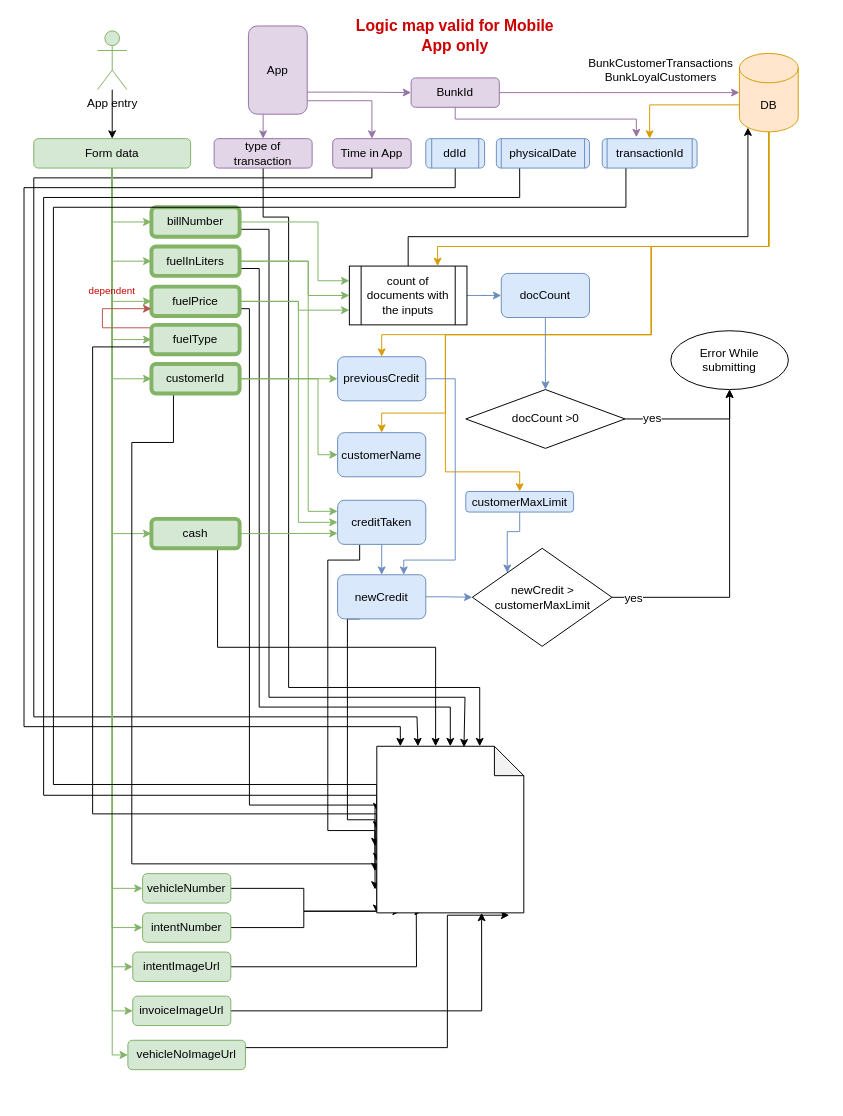
LakshEternl/GazoLogicMap keeps this draw.io diagram as page "Type == Expense" (2 of 3) of Creditor_Transactions.drawio. Above is the earlier version. Source tidied: cells renumbered, new cells numbered last; positions are measured from the earlier drawing's top-left corner, leaving out a move shared by most shapes. Both pictures are drawn from the tidied source at 98%, with x=0, y=0 at pixel (24, 21).
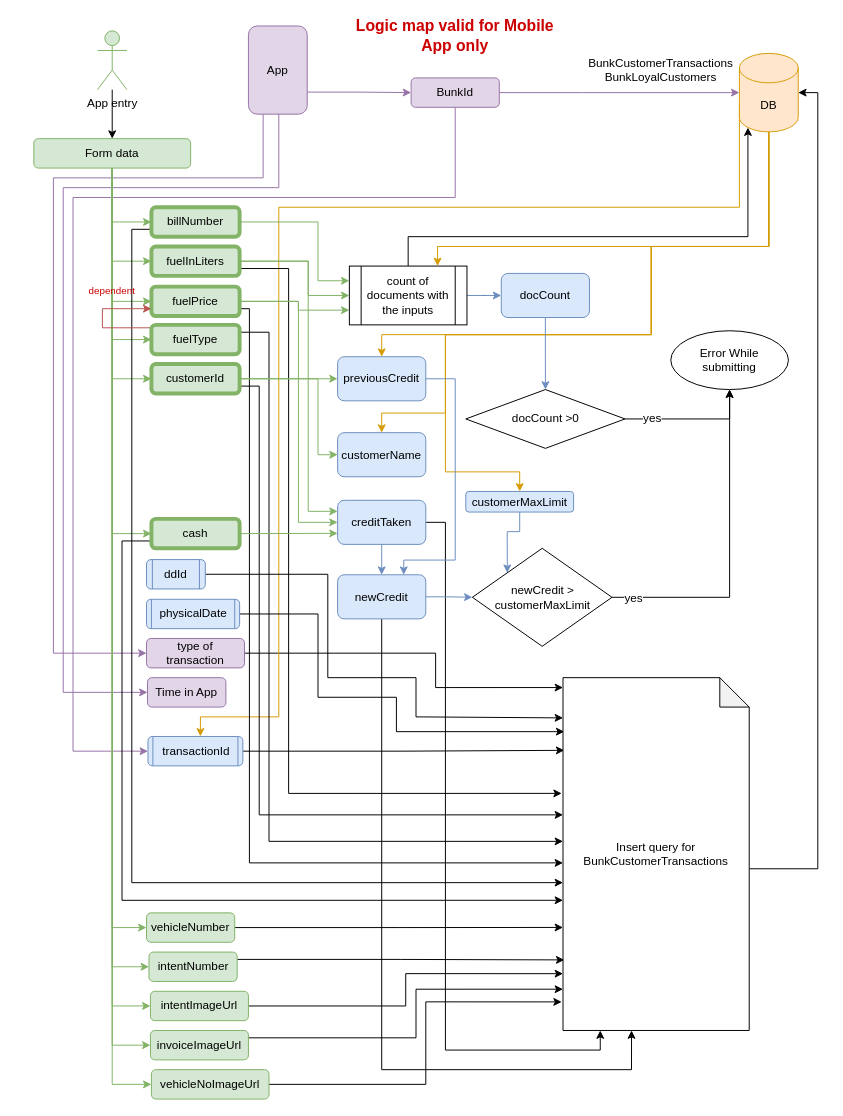
The same page after the edit.

Unchanged cells that the change refers to:
```xml
<mxCell id="8" value="BunkId" style="rounded=1;whiteSpace=wrap;html=1;fillColor=#e1d5e7;strokeColor=#9673a6;" parent="1" vertex="1">
  <mxGeometry x="395" y="58" width="90" height="30" as="geometry" />
</mxCell>
<mxCell id="14" value="DB" style="shape=cylinder3;whiteSpace=wrap;html=1;boundedLbl=1;backgroundOutline=1;size=15;fillColor=#ffe6cc;strokeColor=#d79b00;" parent="1" vertex="1">
  <mxGeometry x="730" y="33" width="60" height="80" as="geometry" />
</mxCell>
<mxCell id="30" value="Form data" style="rounded=1;whiteSpace=wrap;html=1;fillColor=#d5e8d4;strokeColor=#82b366;" parent="1" vertex="1">
  <mxGeometry x="10" y="120" width="160" height="30" as="geometry" />
</mxCell>
<mxCell id="32" value="App" style="rounded=1;whiteSpace=wrap;html=1;fillColor=#e1d5e7;strokeColor=#9673a6;" parent="1" vertex="1">
  <mxGeometry x="229" y="5" width="60" height="90" as="geometry" />
</mxCell>
<mxCell id="41" value="billNumber" style="rounded=1;whiteSpace=wrap;html=1;fillColor=#d5e8d4;strokeColor=#82b366;strokeWidth=4;" parent="1" vertex="1">
  <mxGeometry x="130" y="190" width="90" height="30" as="geometry" />
</mxCell>
<mxCell id="45" value="fuelInLiters" style="rounded=1;whiteSpace=wrap;html=1;fillColor=#d5e8d4;strokeColor=#82b366;strokeWidth=4;" parent="1" vertex="1">
  <mxGeometry x="130" y="230" width="90" height="30" as="geometry" />
</mxCell>
<mxCell id="49" value="fuelPrice" style="rounded=1;whiteSpace=wrap;html=1;fillColor=#d5e8d4;strokeColor=#82b366;strokeWidth=4;" parent="1" vertex="1">
  <mxGeometry x="130" y="271" width="90" height="30" as="geometry" />
</mxCell>
<mxCell id="67" value="fuelType" style="rounded=1;whiteSpace=wrap;html=1;fillColor=#d5e8d4;strokeColor=#82b366;strokeWidth=4;" parent="1" vertex="1">
  <mxGeometry x="130" y="310" width="90" height="30" as="geometry" />
</mxCell>
<mxCell id="71" value="customerId" style="rounded=1;whiteSpace=wrap;html=1;fillColor=#d5e8d4;strokeColor=#82b366;strokeWidth=4;" parent="1" vertex="1">
  <mxGeometry x="130" y="350" width="90" height="30" as="geometry" />
</mxCell>
<mxCell id="74" value="cash" style="rounded=1;whiteSpace=wrap;html=1;fillColor=#d5e8d4;strokeColor=#82b366;strokeWidth=4;" parent="1" vertex="1">
  <mxGeometry x="130" y="508" width="90" height="30" as="geometry" />
</mxCell>
<mxCell id="83" value="creditTaken" style="rounded=1;whiteSpace=wrap;html=1;fillColor=#dae8fc;strokeColor=#6c8ebf;" parent="1" vertex="1">
  <mxGeometry x="320" y="489" width="90" height="45" as="geometry" />
</mxCell>
<mxCell id="90" value="newCredit" style="rounded=1;whiteSpace=wrap;html=1;fillColor=#dae8fc;strokeColor=#6c8ebf;" parent="1" vertex="1">
  <mxGeometry x="320" y="565" width="90" height="45" as="geometry" />
</mxCell>
```

Diff of the diagram source:
```diff
@@
-    <mxCell id="2" style="edgeStyle=orthogonalEdgeStyle;jettySize=auto;html=1;exitX=0.5;exitY=1;exitDx=0;exitDy=0;fontSize=10;fontColor=#CC0000;rounded=0;" parent="1" edge="1" source="3" target="97">
+    <mxCell id="2" style="edgeStyle=orthogonalEdgeStyle;rounded=0;jettySize=auto;html=1;exitX=1;exitY=0.5;exitDx=0;exitDy=0;entryX=0;entryY=0.028;entryDx=0;entryDy=0;entryPerimeter=0;" parent="1" edge="1" source="3" target="97">
       <mxGeometry relative="1" as="geometry">
         <Array as="points">
-          <mxPoint x="244" y="200" />
-          <mxPoint x="270" y="200" />
-          <mxPoint x="270" y="680" />
-          <mxPoint x="465" y="680" />
+          <mxPoint x="420" y="645" />
+          <mxPoint x="420" y="680" />
         </Array>
       </mxGeometry>
     </mxCell>
     <mxCell id="3" value="type of transaction" style="rounded=1;whiteSpace=wrap;html=1;fillColor=#e1d5e7;strokeColor=#9673a6;" parent="1" vertex="1">
-      <mxGeometry x="194" y="120" width="100" height="30" as="geometry" />
+      <mxGeometry x="125" y="630" width="100" height="30" as="geometry" />
     </mxCell>
-    <mxCell id="4" style="edgeStyle=orthogonalEdgeStyle;rounded=0;jettySize=auto;html=1;exitX=0.5;exitY=1;exitDx=0;exitDy=0;entryX=0.28;entryY=0;entryDx=0;entryDy=0;entryPerimeter=0;fontSize=10;fontColor=#CC0000;" parent="1" edge="1" source="5" target="97">
-      <mxGeometry relative="1" as="geometry">
-        <Array as="points">
-          <mxPoint x="355" y="160" />
-          <mxPoint x="10" y="160" />
-          <mxPoint x="10" y="710" />
-          <mxPoint x="401" y="710" />
-        </Array>
-      </mxGeometry>
-    </mxCell>
     <mxCell id="5" value="Time in App" style="rounded=1;whiteSpace=wrap;html=1;fillColor=#e1d5e7;strokeColor=#9673a6;" parent="1" vertex="1">
-      <mxGeometry x="315" y="120" width="80" height="30" as="geometry" />
+      <mxGeometry x="126" y="670" width="80" height="30" as="geometry" />
     </mxCell>
@@
-    <mxCell id="7" style="edgeStyle=orthogonalEdgeStyle;rounded=0;jettySize=auto;html=1;exitX=0.5;exitY=1;exitDx=0;exitDy=0;entryX=0.36;entryY=-0.048;entryDx=0;entryDy=0;fontSize=12;fontColor=#000000;fillColor=#e1d5e7;strokeColor=#9673a6;entryPerimeter=0;" parent="1" edge="1" source="8" target="80">
+    <mxCell id="7" style="edgeStyle=orthogonalEdgeStyle;rounded=0;jettySize=auto;html=1;exitX=0.5;exitY=1;exitDx=0;exitDy=0;entryX=0;entryY=0.5;entryDx=0;entryDy=0;fontSize=12;fontColor=#000000;fillColor=#e1d5e7;strokeColor=#9673a6;" parent="1" edge="1" source="8" target="80">
       <mxGeometry relative="1" as="geometry">
         <Array as="points">
-          <mxPoint x="440" y="100" />
-          <mxPoint x="625" y="100" />
+          <mxPoint x="440" y="180" />
+          <mxPoint x="50" y="180" />
+          <mxPoint x="50" y="745" />
         </Array>
       </mxGeometry>
     </mxCell>
@@
     <mxCell id="11" style="edgeStyle=orthogonalEdgeStyle;rounded=0;jettySize=auto;html=1;exitX=0;exitY=0;exitDx=0;exitDy=52.5;exitPerimeter=0;fontSize=12;fontColor=#000000;fillColor=#ffe6cc;strokeColor=#d79b00;" parent="1" edge="1" source="14" target="80">
-      <mxGeometry relative="1" as="geometry" />
+      <mxGeometry relative="1" as="geometry">
+        <Array as="points">
+          <mxPoint x="730" y="190" />
+          <mxPoint x="260" y="190" />
+          <mxPoint x="260" y="710" />
+          <mxPoint x="180" y="710" />
+        </Array>
+      </mxGeometry>
     </mxCell>
@@
-    <mxCell id="15" style="edgeStyle=orthogonalEdgeStyle;rounded=0;jettySize=auto;html=1;entryX=0.5;entryY=0;entryDx=0;entryDy=0;exitX=1;exitY=0.848;exitDx=0;exitDy=0;exitPerimeter=0;fillColor=#e1d5e7;strokeColor=#9673a6;" parent="1" edge="1" source="32" target="5">
+    <mxCell id="15" style="edgeStyle=orthogonalEdgeStyle;rounded=0;jettySize=auto;html=1;entryX=0;entryY=0.5;entryDx=0;entryDy=0;exitX=0.5;exitY=1;exitDx=0;exitDy=0;fillColor=#e1d5e7;strokeColor=#9673a6;" parent="1" edge="1" source="32" target="5">
       <mxGeometry relative="1" as="geometry">
         <Array as="points">
-          <mxPoint x="355" y="81" />
+          <mxPoint x="260" y="95" />
+          <mxPoint x="260" y="170" />
+          <mxPoint x="40" y="170" />
+          <mxPoint x="40" y="685" />
         </Array>
       </mxGeometry>
     </mxCell>
-    <mxCell id="16" style="edgeStyle=orthogonalEdgeStyle;rounded=0;jettySize=auto;html=1;entryX=0.5;entryY=0;entryDx=0;entryDy=0;exitX=0.25;exitY=1;exitDx=0;exitDy=0;fillColor=#e1d5e7;strokeColor=#9673a6;" parent="1" edge="1" source="32" target="3">
-      <mxGeometry relative="1" as="geometry" />
+    <mxCell id="16" style="edgeStyle=orthogonalEdgeStyle;rounded=0;jettySize=auto;html=1;entryX=0;entryY=0.5;entryDx=0;entryDy=0;exitX=0.25;exitY=1;exitDx=0;exitDy=0;fillColor=#e1d5e7;strokeColor=#9673a6;" parent="1" edge="1" source="32" target="3">
+      <mxGeometry relative="1" as="geometry">
+        <Array as="points">
+          <mxPoint x="244" y="160" />
+          <mxPoint x="30" y="160" />
+          <mxPoint x="30" y="645" />
+        </Array>
+      </mxGeometry>
     </mxCell>
@@
     <mxCell id="24" style="edgeStyle=orthogonalEdgeStyle;rounded=0;jettySize=auto;html=1;exitX=0.5;exitY=1;exitDx=0;exitDy=0;entryX=0;entryY=0.5;entryDx=0;entryDy=0;fontSize=12;fontColor=#000000;fillColor=#d5e8d4;strokeColor=#82b366;" parent="1" edge="1" source="30" target="64">
       <mxGeometry relative="1" as="geometry">
         <Array as="points">
-          <mxPoint x="90" y="1055" />
+          <mxPoint x="90" y="1085" />
         </Array>
       </mxGeometry>
     </mxCell>
@@
-    <mxCell id="34" style="edgeStyle=orthogonalEdgeStyle;rounded=0;jettySize=auto;html=1;exitX=0.5;exitY=1;exitDx=0;exitDy=0;entryX=0.16;entryY=0;entryDx=0;entryDy=0;entryPerimeter=0;fontSize=10;fontColor=#CC0000;" parent="1" edge="1" source="35" target="97">
+    <mxCell id="34" style="edgeStyle=orthogonalEdgeStyle;rounded=0;jettySize=auto;html=1;exitX=1;exitY=0.5;exitDx=0;exitDy=0;entryX=0;entryY=0.114;entryDx=0;entryDy=0;entryPerimeter=0;" parent="1" edge="1" source="35" target="97">
       <mxGeometry relative="1" as="geometry">
         <Array as="points">
-          <mxPoint x="440" y="170" />
-          <mxPoint y="170" />
-          <mxPoint y="720" />
-          <mxPoint x="384" y="720" />
+          <mxPoint x="310" y="565" />
+          <mxPoint x="310" y="670" />
+          <mxPoint x="400" y="670" />
+          <mxPoint x="400" y="710" />
         </Array>
       </mxGeometry>
     </mxCell>
     <mxCell id="35" value="ddId" style="shape=process;whiteSpace=wrap;html=1;backgroundOutline=1;fillColor=#dae8fc;strokeColor=#6c8ebf;rounded=1;" parent="1" vertex="1">
-      <mxGeometry x="410" y="120" width="60" height="30" as="geometry" />
+      <mxGeometry x="125" y="549.5" width="60" height="30" as="geometry" />
     </mxCell>
-    <mxCell id="36" style="edgeStyle=orthogonalEdgeStyle;rounded=0;jettySize=auto;html=1;exitX=0.25;exitY=1;exitDx=0;exitDy=0;entryX=0;entryY=0.5;entryDx=0;entryDy=0;entryPerimeter=0;fontSize=10;fontColor=#CC0000;" parent="1" edge="1" source="37" target="97">
+    <mxCell id="36" style="edgeStyle=orthogonalEdgeStyle;rounded=0;jettySize=auto;html=1;exitX=1;exitY=0.5;exitDx=0;exitDy=0;entryX=0.007;entryY=0.153;entryDx=0;entryDy=0;entryPerimeter=0;" parent="1" edge="1" source="37" target="97">
       <mxGeometry relative="1" as="geometry">
         <Array as="points">
-          <mxPoint x="506" y="180" />
-          <mxPoint x="20" y="180" />
-          <mxPoint x="20" y="790" />
+          <mxPoint x="300" y="605" />
+          <mxPoint x="300" y="690" />
+          <mxPoint x="380" y="690" />
+          <mxPoint x="380" y="725" />
         </Array>
       </mxGeometry>
     </mxCell>
     <mxCell id="37" value="physicalDate" style="shape=process;whiteSpace=wrap;html=1;backgroundOutline=1;fillColor=#dae8fc;strokeColor=#6c8ebf;rounded=1;size=0.045454545454545456;" parent="1" vertex="1">
-      <mxGeometry x="482" y="120" width="95" height="30" as="geometry" />
+      <mxGeometry x="125" y="590" width="95" height="30" as="geometry" />
     </mxCell>
@@
-    <mxCell id="40" style="edgeStyle=orthogonalEdgeStyle;rounded=0;jettySize=auto;html=1;exitX=1;exitY=0.75;exitDx=0;exitDy=0;entryX=0.593;entryY=0.006;entryDx=0;entryDy=0;entryPerimeter=0;fontSize=10;fontColor=#CC0000;" parent="1" edge="1" source="41" target="97">
-      <mxGeometry relative="1" as="geometry">
-        <Array as="points">
-          <mxPoint x="250" y="213" />
-          <mxPoint x="250" y="690" />
-          <mxPoint x="450" y="690" />
-        </Array>
-      </mxGeometry>
+    <mxCell id="40" style="edgeStyle=orthogonalEdgeStyle;rounded=0;jettySize=auto;html=1;exitX=0;exitY=0.75;exitDx=0;exitDy=0;entryX=0;entryY=0.581;entryDx=0;entryDy=0;entryPerimeter=0;" parent="1" edge="1" source="41" target="97">
+      <mxGeometry relative="1" as="geometry" />
     </mxCell>
@@
-    <mxCell id="44" style="edgeStyle=orthogonalEdgeStyle;rounded=0;jettySize=auto;html=1;exitX=1;exitY=0.75;exitDx=0;exitDy=0;entryX=0.5;entryY=0;entryDx=0;entryDy=0;entryPerimeter=0;fontSize=10;fontColor=#CC0000;" parent="1" edge="1" source="45" target="97">
+    <mxCell id="44" style="edgeStyle=orthogonalEdgeStyle;rounded=0;jettySize=auto;html=1;exitX=1;exitY=0.75;exitDx=0;exitDy=0;entryX=-0.007;entryY=0.328;entryDx=0;entryDy=0;entryPerimeter=0;" parent="1" edge="1" source="45" target="97">
       <mxGeometry relative="1" as="geometry">
         <Array as="points">
-          <mxPoint x="240" y="253" />
-          <mxPoint x="240" y="700" />
-          <mxPoint x="435" y="700" />
+          <mxPoint x="270" y="253" />
+          <mxPoint x="270" y="788" />
         </Array>
       </mxGeometry>
     </mxCell>
@@
-    <mxCell id="48" style="edgeStyle=orthogonalEdgeStyle;rounded=0;jettySize=auto;html=1;exitX=1;exitY=0.75;exitDx=0;exitDy=0;entryX=-0.012;entryY=0.6;entryDx=0;entryDy=0;entryPerimeter=0;fontSize=10;fontColor=#CC0000;" parent="1" edge="1" source="49" target="97">
+    <mxCell id="48" style="edgeStyle=orthogonalEdgeStyle;rounded=0;jettySize=auto;html=1;exitX=1;exitY=0.75;exitDx=0;exitDy=0;entryX=0;entryY=0.525;entryDx=0;entryDy=0;entryPerimeter=0;" parent="1" edge="1" source="49" target="97">
       <mxGeometry relative="1" as="geometry">
         <Array as="points">
           <mxPoint x="230" y="294" />
-          <mxPoint x="230" y="800" />
+          <mxPoint x="230" y="859" />
         </Array>
       </mxGeometry>
     </mxCell>
@@
-    <mxCell id="59" style="edgeStyle=orthogonalEdgeStyle;rounded=0;jettySize=auto;html=1;exitX=1;exitY=0.5;exitDx=0;exitDy=0;fontSize=10;fontColor=#CC0000;" parent="1" edge="1" source="60">
-      <mxGeometry relative="1" as="geometry">
-        <mxPoint x="400" y="840" as="targetPoint" />
-      </mxGeometry>
-    </mxCell>
+    <mxCell id="98" style="edgeStyle=orthogonalEdgeStyle;rounded=0;jettySize=auto;html=1;exitX=1;exitY=0.5;exitDx=0;exitDy=0;entryX=0;entryY=0.839;entryDx=0;entryDy=0;entryPerimeter=0;" parent="1" edge="1" source="60" target="97">
+      <mxGeometry relative="1" as="geometry" />
+    </mxCell>
     <mxCell id="60" value="intentImageUrl" style="rounded=1;whiteSpace=wrap;html=1;fillColor=#d5e8d4;strokeColor=#82b366;" parent="1" vertex="1">
-      <mxGeometry x="111" y="950" width="100" height="30" as="geometry" />
+      <mxGeometry x="129" y="990" width="100" height="30" as="geometry" />
     </mxCell>
-    <mxCell id="61" style="edgeStyle=orthogonalEdgeStyle;rounded=0;jettySize=auto;html=1;exitX=1;exitY=0.5;exitDx=0;exitDy=0;entryX=0.713;entryY=1;entryDx=0;entryDy=0;entryPerimeter=0;fontSize=10;fontColor=#CC0000;" parent="1" edge="1" source="62" target="97">
-      <mxGeometry relative="1" as="geometry" />
+    <mxCell id="61" style="edgeStyle=orthogonalEdgeStyle;rounded=0;jettySize=auto;html=1;exitX=1;exitY=0.25;exitDx=0;exitDy=0;entryX=0;entryY=0.883;entryDx=0;entryDy=0;entryPerimeter=0;" parent="1" edge="1" source="62" target="97">
+      <mxGeometry relative="1" as="geometry">
+        <Array as="points">
+          <mxPoint x="400" y="1038" />
+          <mxPoint x="400" y="988" />
+        </Array>
+      </mxGeometry>
     </mxCell>
     <mxCell id="62" value="invoiceImageUrl" style="rounded=1;whiteSpace=wrap;html=1;fillColor=#d5e8d4;strokeColor=#82b366;" parent="1" vertex="1">
-      <mxGeometry x="111" y="995" width="100" height="30" as="geometry" />
+      <mxGeometry x="129" y="1030" width="100" height="30" as="geometry" />
     </mxCell>
-    <mxCell id="63" style="edgeStyle=orthogonalEdgeStyle;rounded=0;jettySize=auto;html=1;exitX=1;exitY=0.25;exitDx=0;exitDy=0;entryX=0.901;entryY=1.014;entryDx=0;entryDy=0;entryPerimeter=0;fontSize=10;fontColor=#CC0000;" parent="1" edge="1" source="64" target="97">
+    <mxCell id="63" style="edgeStyle=orthogonalEdgeStyle;rounded=0;jettySize=auto;html=1;exitX=1;exitY=0.5;exitDx=0;exitDy=0;entryX=-0.007;entryY=0.919;entryDx=0;entryDy=0;entryPerimeter=0;" parent="1" edge="1" source="64" target="97">
       <mxGeometry relative="1" as="geometry">
         <Array as="points">
-          <mxPoint x="432" y="1048" />
+          <mxPoint x="410" y="1085" />
+          <mxPoint x="410" y="1001" />
         </Array>
       </mxGeometry>
     </mxCell>
     <mxCell id="64" value="vehicleNoImageUrl" style="rounded=1;whiteSpace=wrap;html=1;fillColor=#d5e8d4;strokeColor=#82b366;" parent="1" vertex="1">
-      <mxGeometry x="106" y="1040" width="120" height="30" as="geometry" />
+      <mxGeometry x="130" y="1070" width="120" height="30" as="geometry" />
     </mxCell>
@@
-    <mxCell id="66" style="edgeStyle=orthogonalEdgeStyle;rounded=0;jettySize=auto;html=1;exitX=0;exitY=0.75;exitDx=0;exitDy=0;entryX=0;entryY=0.69;entryDx=0;entryDy=0;entryPerimeter=0;fontSize=10;fontColor=#CC0000;" parent="1" edge="1" source="67" target="97">
+    <mxCell id="66" style="edgeStyle=orthogonalEdgeStyle;rounded=0;jettySize=auto;html=1;exitX=1;exitY=0.25;exitDx=0;exitDy=0;entryX=0;entryY=0.464;entryDx=0;entryDy=0;entryPerimeter=0;" parent="1" edge="1" source="67" target="97">
       <mxGeometry relative="1" as="geometry">
         <Array as="points">
-          <mxPoint x="70" y="333" />
-          <mxPoint x="70" y="809" />
+          <mxPoint x="250" y="318" />
+          <mxPoint x="250" y="837" />
         </Array>
       </mxGeometry>
     </mxCell>
@@
-    <mxCell id="70" style="edgeStyle=orthogonalEdgeStyle;rounded=0;jettySize=auto;html=1;exitX=0.25;exitY=1;exitDx=0;exitDy=0;entryX=0;entryY=1;entryDx=0;entryDy=0;entryPerimeter=0;fontSize=10;fontColor=#CC0000;" parent="1" edge="1" source="71" target="97">
+    <mxCell id="70" style="edgeStyle=orthogonalEdgeStyle;rounded=0;jettySize=auto;html=1;exitX=1;exitY=0.75;exitDx=0;exitDy=0;" parent="1" edge="1" source="71" target="97">
       <mxGeometry relative="1" as="geometry">
         <Array as="points">
-          <mxPoint x="153" y="430" />
-          <mxPoint x="110" y="430" />
-          <mxPoint x="110" y="860" />
-          <mxPoint x="360" y="860" />
+          <mxPoint x="240" y="373" />
+          <mxPoint x="240" y="810" />
         </Array>
       </mxGeometry>
     </mxCell>
@@
-    <mxCell id="73" style="edgeStyle=orthogonalEdgeStyle;rounded=0;jettySize=auto;html=1;exitX=0.75;exitY=1;exitDx=0;exitDy=0;fontSize=10;fontColor=#CC0000;entryX=0;entryY=0;entryDx=60;entryDy=0;entryPerimeter=0;" parent="1" edge="1" source="74" target="97">
-      <mxGeometry relative="1" as="geometry" />
+    <mxCell id="73" style="edgeStyle=orthogonalEdgeStyle;rounded=0;jettySize=auto;html=1;exitX=0;exitY=0.75;exitDx=0;exitDy=0;entryX=0;entryY=0.631;entryDx=0;entryDy=0;entryPerimeter=0;" parent="1" edge="1" source="74" target="97">
+      <mxGeometry relative="1" as="geometry">
+        <Array as="points">
+          <mxPoint x="100" y="531" />
+          <mxPoint x="100" y="897" />
+        </Array>
+      </mxGeometry>
     </mxCell>
@@
-    <mxCell id="75" style="edgeStyle=orthogonalEdgeStyle;rounded=0;jettySize=auto;html=1;exitX=1;exitY=0.5;exitDx=0;exitDy=0;entryX=0.163;entryY=0.99;entryDx=0;entryDy=0;entryPerimeter=0;fontSize=10;fontColor=#CC0000;" parent="1" edge="1" source="76" target="97">
+    <mxCell id="75" style="edgeStyle=orthogonalEdgeStyle;rounded=0;jettySize=auto;html=1;exitX=1;exitY=0.5;exitDx=0;exitDy=0;entryX=0;entryY=0.708;entryDx=0;entryDy=0;entryPerimeter=0;" parent="1" edge="1" source="76" target="97">
       <mxGeometry relative="1" as="geometry" />
     </mxCell>
     <mxCell id="76" value="vehicleNumber" style="rounded=1;whiteSpace=wrap;html=1;fillColor=#d5e8d4;strokeColor=#82b366;" parent="1" vertex="1">
-      <mxGeometry x="121" y="870" width="90" height="30" as="geometry" />
+      <mxGeometry x="125" y="910" width="90" height="30" as="geometry" />
     </mxCell>
-    <mxCell id="77" style="edgeStyle=orthogonalEdgeStyle;rounded=0;jettySize=auto;html=1;exitX=1;exitY=0.5;exitDx=0;exitDy=0;entryX=0.313;entryY=0.99;entryDx=0;entryDy=0;entryPerimeter=0;fontSize=10;fontColor=#CC0000;" parent="1" edge="1" source="78" target="97">
+    <mxCell id="77" style="edgeStyle=orthogonalEdgeStyle;rounded=0;jettySize=auto;html=1;exitX=1;exitY=0.25;exitDx=0;exitDy=0;entryX=0.007;entryY=0.8;entryDx=0;entryDy=0;entryPerimeter=0;" parent="1" edge="1" source="78" target="97">
       <mxGeometry relative="1" as="geometry" />
     </mxCell>
     <mxCell id="78" value="intentNumber" style="rounded=1;whiteSpace=wrap;html=1;fillColor=#d5e8d4;strokeColor=#82b366;" parent="1" vertex="1">
-      <mxGeometry x="121" y="910" width="90" height="30" as="geometry" />
+      <mxGeometry x="127.5" y="950" width="90" height="30" as="geometry" />
     </mxCell>
-    <mxCell id="79" style="edgeStyle=orthogonalEdgeStyle;rounded=0;jettySize=auto;html=1;exitX=0.25;exitY=1;exitDx=0;exitDy=0;fontSize=10;fontColor=#CC0000;entryX=0;entryY=0.39;entryDx=0;entryDy=0;entryPerimeter=0;" parent="1" edge="1" source="80" target="97">
-      <mxGeometry relative="1" as="geometry">
-        <Array as="points">
-          <mxPoint x="614" y="190" />
-          <mxPoint x="30" y="190" />
-          <mxPoint x="30" y="779" />
-        </Array>
-      </mxGeometry>
+    <mxCell id="79" style="edgeStyle=orthogonalEdgeStyle;rounded=0;jettySize=auto;html=1;exitX=1;exitY=0.5;exitDx=0;exitDy=0;entryX=0.007;entryY=0.206;entryDx=0;entryDy=0;entryPerimeter=0;" parent="1" edge="1" source="80" target="97">
+      <mxGeometry relative="1" as="geometry" />
     </mxCell>
     <mxCell id="80" value="transactionId" style="shape=process;whiteSpace=wrap;html=1;backgroundOutline=1;fillColor=#dae8fc;strokeColor=#6c8ebf;rounded=1;size=0.02727272727272727;" parent="1" vertex="1">
-      <mxGeometry x="590" y="120" width="96.8" height="30" as="geometry" />
+      <mxGeometry x="126.5" y="730" width="96.8" height="30" as="geometry" />
     </mxCell>
@@
-    <mxCell id="82" style="edgeStyle=orthogonalEdgeStyle;rounded=0;jettySize=auto;html=1;exitX=0.25;exitY=1;exitDx=0;exitDy=0;entryX=-0.012;entryY=0.86;entryDx=0;entryDy=0;entryPerimeter=0;fontSize=10;fontColor=#CC0000;" parent="1" edge="1" source="83" target="97">
+    <mxCell id="82" style="edgeStyle=orthogonalEdgeStyle;rounded=0;jettySize=auto;html=1;exitX=1;exitY=0.5;exitDx=0;exitDy=0;entryX=0.2;entryY=1;entryDx=0;entryDy=0;entryPerimeter=0;" parent="1" edge="1" source="83" target="97">
       <mxGeometry relative="1" as="geometry">
         <Array as="points">
-          <mxPoint x="343" y="550" />
-          <mxPoint x="310" y="550" />
-          <mxPoint x="310" y="826" />
+          <mxPoint x="430" y="512" />
+          <mxPoint x="430" y="1050" />
+          <mxPoint x="588" y="1050" />
         </Array>
       </mxGeometry>
     </mxCell>
@@
-    <mxCell id="89" style="edgeStyle=orthogonalEdgeStyle;rounded=0;jettySize=auto;html=1;exitX=0.25;exitY=1;exitDx=0;exitDy=0;entryX=-0.012;entryY=0.75;entryDx=0;entryDy=0;entryPerimeter=0;fontSize=10;fontColor=#CC0000;" parent="1" edge="1" source="90" target="97">
+    <mxCell id="89" style="edgeStyle=orthogonalEdgeStyle;rounded=0;jettySize=auto;html=1;exitX=0.5;exitY=1;exitDx=0;exitDy=0;entryX=0.368;entryY=1;entryDx=0;entryDy=0;entryPerimeter=0;fontSize=12;fontColor=#000000;" parent="1" edge="1" source="90" target="97">
       <mxGeometry relative="1" as="geometry">
         <Array as="points">
-          <mxPoint x="330" y="610" />
-          <mxPoint x="330" y="815" />
+          <mxPoint x="365" y="1070" />
+          <mxPoint x="620" y="1070" />
         </Array>
       </mxGeometry>
     </mxCell>
@@
+    <mxCell id="99" style="edgeStyle=orthogonalEdgeStyle;rounded=0;jettySize=auto;html=1;exitX=0;exitY=0;exitDx=190;exitDy=195;exitPerimeter=0;entryX=1;entryY=0.5;entryDx=0;entryDy=0;entryPerimeter=0;" parent="1" edge="1" source="97" target="14">
+      <mxGeometry relative="1" as="geometry" />
+    </mxCell>
-    <mxCell id="97" style="shape=note;whiteSpace=wrap;html=1;backgroundOutline=1;darkOpacity=0.05;fontSize=10;fontColor=#CC0000;size=30;" parent="1" vertex="1">
-      <mxGeometry x="360" y="740" width="150" height="170" as="geometry" />
+    <mxCell id="97" value="&lt;font style=&quot;font-size: 12px;&quot;&gt;&lt;font color=&quot;#000000&quot;&gt;Insert query for BunkCustomerTransactions&lt;/font&gt;&lt;br&gt;&lt;/font&gt;" style="shape=note;whiteSpace=wrap;html=1;backgroundOutline=1;darkOpacity=0.05;fontSize=10;fontColor=#CC0000;size=30;" parent="1" vertex="1">
+      <mxGeometry x="550" y="670" width="190" height="360" as="geometry" />
     </mxCell>
```
